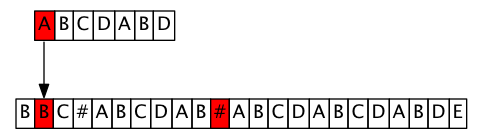
Before: algo/classic/kmp/phase_2.png, a diagram exported from Graphviz (harrifeng/org_dot). Its source is kept beside it as algo/classic/kmp/phase_2.dot.
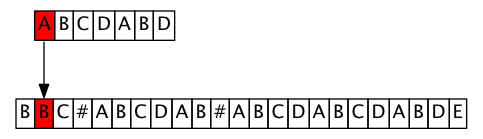
The same diagram one commit later.

Commit message:
no red for sharp

What changed in the source:
```diff
@@ -13,7 +13,7 @@
     <TD PORT="f7">D</TD>
     <TD PORT="f8">A</TD>
     <TD PORT="f9">B</TD>
-    <TD PORT="f10" bgcolor="red">#</TD>
+    <TD PORT="f10">#</TD>
     <TD PORT="f11">A</TD>
     <TD PORT="f12">B</TD>
     <TD PORT="f13">C</TD>
```
